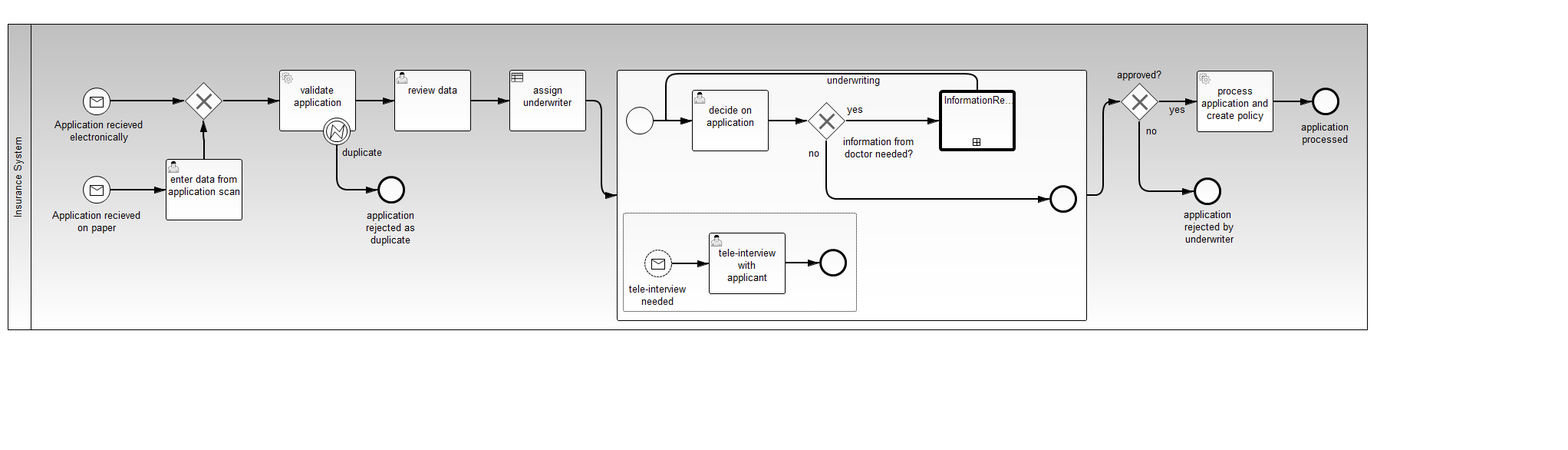
Above: one-time-examples/2015-01-webinars/webinar-cmmn/src/main/resources/alternatives/underwriting-fully-bpmn.png in camunda-consulting/camunda-7-code-examples (BPMN), before the change. Its source is kept beside it as one-time-examples/2015-01-webinars/webinar-cmmn/src/main/resources/alternatives/underwriting-fully-bpmn.bpmn. Ids are renumbered.
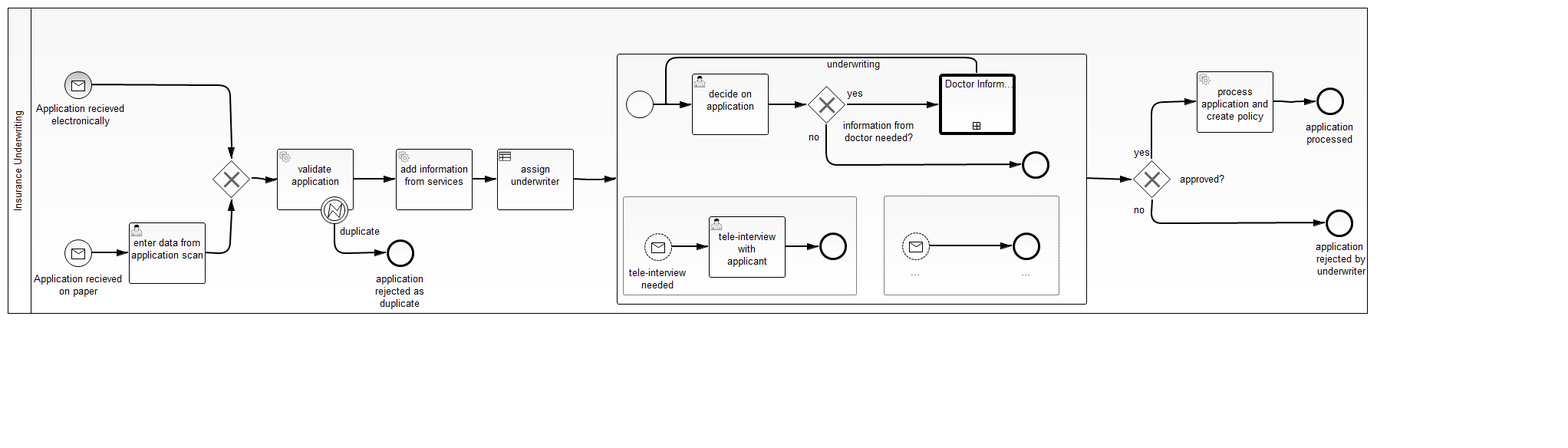
Later version of the same file.

What changed in the source:
```diff
@@ -33,10 +33,10 @@
       <bpmn2:incoming>SequenceFlow_6</bpmn2:incoming>
     </bpmn2:endEvent>
     <bpmn2:sequenceFlow id="SequenceFlow_6" name="" sourceRef="BoundaryEvent_1" targetRef="EndDuplicate"/>
-    <bpmn2:userTask id="reviewData" name="review data">
+    <bpmn2:serviceTask id="reviewData" name="add information from services">
       <bpmn2:incoming>SequenceFlow_7</bpmn2:incoming>
       <bpmn2:outgoing>SequenceFlow_8</bpmn2:outgoing>
-    </bpmn2:userTask>
+    </bpmn2:serviceTask>
     <bpmn2:sequenceFlow id="SequenceFlow_7" sourceRef="checkDuplicates" targetRef="reviewData"/>
     <bpmn2:businessRuleTask id="assignUnderwriter" camunda:class="org.camunda.showcase.underwritingBPMN_CMMN.LoggerDelegate" name="assign underwriter">
       <bpmn2:incoming>SequenceFlow_8</bpmn2:incoming>
@@ -86,9 +86,6 @@
         <bpmn2:outgoing>SequenceFlow_13</bpmn2:outgoing>
       </bpmn2:startEvent>
       <bpmn2:sequenceFlow id="SequenceFlow_13" name="" sourceRef="StartEvent_1" targetRef="UserTask_1"/>
-      <bpmn2:endEvent id="EndEvent_4">
-        <bpmn2:incoming>SequenceFlow_21</bpmn2:incoming>
-      </bpmn2:endEvent>
       <bpmn2:userTask id="UserTask_1" name="decide on application">
         <bpmn2:incoming>SequenceFlow_13</bpmn2:incoming>
         <bpmn2:incoming>SequenceFlow_19</bpmn2:incoming>
@@ -102,11 +99,24 @@
       </bpmn2:exclusiveGateway>
       <bpmn2:sequenceFlow id="SequenceFlow_18" name="yes" sourceRef="ExclusiveGateway_3" targetRef="CallActivity_1"/>
       <bpmn2:sequenceFlow id="SequenceFlow_21" name="no" sourceRef="ExclusiveGateway_3" targetRef="EndEvent_4"/>
-      <bpmn2:callActivity id="CallActivity_1" name="InformationRequest">
+      <bpmn2:callActivity id="CallActivity_1" name="Doctor Information Request">
         <bpmn2:incoming>SequenceFlow_18</bpmn2:incoming>
         <bpmn2:outgoing>SequenceFlow_19</bpmn2:outgoing>
       </bpmn2:callActivity>
       <bpmn2:sequenceFlow id="SequenceFlow_19" name="" sourceRef="CallActivity_1" targetRef="UserTask_1"/>
+      <bpmn2:subProcess id="SubProcess_3" triggeredByEvent="true">
+        <bpmn2:startEvent id="StartEvent_2" name="..." isInterrupting="false">
+          <bpmn2:outgoing>SequenceFlow_10</bpmn2:outgoing>
+          <bpmn2:messageEventDefinition id="_MessageEventDefinition_5"/>
+        </bpmn2:startEvent>
+        <bpmn2:sequenceFlow id="SequenceFlow_10" name="" sourceRef="StartEvent_2" targetRef="EndEvent_5"/>
+        <bpmn2:endEvent id="EndEvent_5" name="...">
+          <bpmn2:incoming>SequenceFlow_10</bpmn2:incoming>
+        </bpmn2:endEvent>
+      </bpmn2:subProcess>
+      <bpmn2:endEvent id="EndEvent_4">
+        <bpmn2:incoming>SequenceFlow_21</bpmn2:incoming>
+      </bpmn2:endEvent>
     </bpmn2:subProcess>
     <bpmn2:sequenceFlow id="SequenceFlow_22" name="" sourceRef="assignUnderwriter" targetRef="SubProcess_1"/>
     <bpmn2:sequenceFlow id="SequenceFlow_23" name="" sourceRef="SubProcess_1" targetRef="ExclusiveGateway_2"/>
@@ -120,141 +130,145 @@
         <dc:Bounds height="399.0" width="1773.0" x="10.0" y="10.0"/>
       </bpmndi:BPMNShape>
       <bpmndi:BPMNShape id="BPMNShape_StartEvent_1" bpmnElement="StartElectronically">
-        <dc:Bounds height="36.0" width="36.0" x="108.0" y="93.0"/>
+        <dc:Bounds height="36.0" width="36.0" x="84.0" y="93.0"/>
         <bpmndi:BPMNLabel>
-          <dc:Bounds height="38.0" width="131.0" x="64.0" y="131.0"/>
+          <dc:Bounds height="38.0" width="131.0" x="40.0" y="131.0"/>
         </bpmndi:BPMNLabel>
       </bpmndi:BPMNShape>
       <bpmndi:BPMNShape id="BPMNShape_EndEvent_1" bpmnElement="EndEvent_1">
-        <dc:Bounds height="36.0" width="36.0" x="1556.0" y="210.0"/>
+        <dc:Bounds height="36.0" width="36.0" x="1728.0" y="273.0"/>
         <bpmndi:BPMNLabel>
-          <dc:Bounds height="54.0" width="82.0" x="1536.0" y="248.0"/>
+          <dc:Bounds height="54.0" width="82.0" x="1708.0" y="311.0"/>
         </bpmndi:BPMNLabel>
       </bpmndi:BPMNShape>
       <bpmndi:BPMNShape id="_BPMNShape_ExclusiveGateway_2" bpmnElement="ExclusiveGateway_1" isMarkerVisible="true">
-        <dc:Bounds height="50.0" width="50.0" x="240.0" y="85.0"/>
+        <dc:Bounds height="50.0" width="50.0" x="276.0" y="208.0"/>
         <bpmndi:BPMNLabel>
-          <dc:Bounds height="0.0" width="0.0" x="265.0" y="140.0"/>
+          <dc:Bounds height="0.0" width="0.0" x="301.0" y="263.0"/>
         </bpmndi:BPMNLabel>
       </bpmndi:BPMNShape>
       <bpmndi:BPMNEdge id="BPMNEdge_SequenceFlow_2" bpmnElement="SequenceFlow_2" sourceElement="BPMNShape_StartEvent_1" targetElement="_BPMNShape_ExclusiveGateway_2">
-        <di:waypoint xsi:type="dc:Point" x="144.0" y="111.0"/>
-        <di:waypoint xsi:type="dc:Point" x="240.0" y="110.0"/>
+        <di:waypoint xsi:type="dc:Point" x="120.0" y="111.0"/>
+        <di:waypoint xsi:type="dc:Point" x="300.0" y="111.0"/>
+        <di:waypoint xsi:type="dc:Point" x="301.0" y="208.0"/>
         <bpmndi:BPMNLabel>
-          <dc:Bounds height="6.0" width="6.0" x="166.0" y="111.0"/>
+          <dc:Bounds height="6.0" width="6.0" x="142.0" y="111.0"/>
         </bpmndi:BPMNLabel>
       </bpmndi:BPMNEdge>
       <bpmndi:BPMNShape id="_BPMNShape_StartEvent_2" bpmnElement="StartPaper">
-        <dc:Bounds height="36.0" width="36.0" x="108.0" y="208.0"/>
+        <dc:Bounds height="36.0" width="36.0" x="84.0" y="312.0"/>
         <bpmndi:BPMNLabel>
-          <dc:Bounds height="38.0" width="131.0" x="61.0" y="249.0"/>
+          <dc:Bounds height="38.0" width="131.0" x="37.0" y="353.0"/>
         </bpmndi:BPMNLabel>
       </bpmndi:BPMNShape>
       <bpmndi:BPMNShape id="_BPMNShape_ServiceTask_2" bpmnElement="checkDuplicates">
-        <dc:Bounds height="80.0" width="100.0" x="364.0" y="70.0"/>
+        <dc:Bounds height="80.0" width="100.0" x="361.0" y="194.0"/>
       </bpmndi:BPMNShape>
       <bpmndi:BPMNEdge id="BPMNEdge_SequenceFlow_5" bpmnElement="SequenceFlow_5" sourceElement="_BPMNShape_ExclusiveGateway_2" targetElement="_BPMNShape_ServiceTask_2">
-        <di:waypoint xsi:type="dc:Point" x="290.0" y="110.0"/>
-        <di:waypoint xsi:type="dc:Point" x="364.0" y="110.0"/>
+        <di:waypoint xsi:type="dc:Point" x="326.0" y="233.0"/>
+        <di:waypoint xsi:type="dc:Point" x="343.0" y="233.0"/>
+        <di:waypoint xsi:type="dc:Point" x="343.0" y="234.0"/>
+        <di:waypoint xsi:type="dc:Point" x="361.0" y="234.0"/>
         <bpmndi:BPMNLabel>
-          <dc:Bounds height="0.0" width="0.0" x="315.0" y="110.0"/>
+          <dc:Bounds height="0.0" width="0.0" x="346.0" y="234.0"/>
         </bpmndi:BPMNLabel>
       </bpmndi:BPMNEdge>
       <bpmndi:BPMNShape id="_BPMNShape_BoundaryEvent_2" bpmnElement="BoundaryEvent_1">
-        <dc:Bounds height="36.0" width="36.0" x="421.0" y="132.0"/>
+        <dc:Bounds height="36.0" width="36.0" x="418.0" y="256.0"/>
         <bpmndi:BPMNLabel>
-          <dc:Bounds height="22.0" width="58.0" x="444.0" y="167.0"/>
+          <dc:Bounds height="22.0" width="58.0" x="441.0" y="291.0"/>
         </bpmndi:BPMNLabel>
       </bpmndi:BPMNShape>
       <bpmndi:BPMNShape id="_BPMNShape_EndEvent_2" bpmnElement="EndDuplicate">
-        <dc:Bounds height="36.0" width="36.0" x="492.0" y="208.0"/>
+        <dc:Bounds height="36.0" width="36.0" x="504.0" y="312.0"/>
         <bpmndi:BPMNLabel>
-          <dc:Bounds height="54.0" width="80.0" x="470.0" y="249.0"/>
+          <dc:Bounds height="54.0" width="80.0" x="482.0" y="353.0"/>
         </bpmndi:BPMNLabel>
       </bpmndi:BPMNShape>
       <bpmndi:BPMNEdge id="BPMNEdge_SequenceFlow_6" bpmnElement="SequenceFlow_6" sourceElement="_BPMNShape_BoundaryEvent_2" targetElement="_BPMNShape_EndEvent_2">
-        <di:waypoint xsi:type="dc:Point" x="439.0" y="168.0"/>
-        <di:waypoint xsi:type="dc:Point" x="439.0" y="226.0"/>
-        <di:waypoint xsi:type="dc:Point" x="492.0" y="226.0"/>
+        <di:waypoint xsi:type="dc:Point" x="436.0" y="292.0"/>
+        <di:waypoint xsi:type="dc:Point" x="436.0" y="330.0"/>
+        <di:waypoint xsi:type="dc:Point" x="504.0" y="330.0"/>
         <bpmndi:BPMNLabel>
-          <dc:Bounds height="6.0" width="6.0" x="451.0" y="226.0"/>
+          <dc:Bounds height="6.0" width="6.0" x="468.0" y="330.0"/>
         </bpmndi:BPMNLabel>
       </bpmndi:BPMNEdge>
       <bpmndi:BPMNShape id="_BPMNShape_UserTask_2" bpmnElement="reviewData">
-        <dc:Bounds height="80.0" width="100.0" x="514.0" y="70.0"/>
+        <dc:Bounds height="80.0" width="100.0" x="516.0" y="194.0"/>
       </bpmndi:BPMNShape>
       <bpmndi:BPMNEdge id="BPMNEdge_SequenceFlow_7" bpmnElement="SequenceFlow_7" sourceElement="_BPMNShape_ServiceTask_2" targetElement="_BPMNShape_UserTask_2">
-        <di:waypoint xsi:type="dc:Point" x="464.0" y="110.0"/>
-        <di:waypoint xsi:type="dc:Point" x="514.0" y="110.0"/>
+        <di:waypoint xsi:type="dc:Point" x="461.0" y="234.0"/>
+        <di:waypoint xsi:type="dc:Point" x="516.0" y="234.0"/>
         <bpmndi:BPMNLabel>
-          <dc:Bounds height="0.0" width="0.0" x="489.0" y="110.0"/>
+          <dc:Bounds height="0.0" width="0.0" x="486.0" y="234.0"/>
         </bpmndi:BPMNLabel>
       </bpmndi:BPMNEdge>
       <bpmndi:BPMNShape id="_BPMNShape_BusinessRuleTask_2" bpmnElement="assignUnderwriter">
-        <dc:Bounds height="80.0" width="100.0" x="664.0" y="70.0"/>
+        <dc:Bounds height="80.0" width="100.0" x="648.0" y="194.0"/>
       </bpmndi:BPMNShape>
       <bpmndi:BPMNEdge id="BPMNEdge_SequenceFlow_8" bpmnElement="SequenceFlow_8" sourceElement="_BPMNShape_UserTask_2" targetElement="_BPMNShape_BusinessRuleTask_2">
-        <di:waypoint xsi:type="dc:Point" x="614.0" y="110.0"/>
-        <di:waypoint xsi:type="dc:Point" x="664.0" y="110.0"/>
+        <di:waypoint xsi:type="dc:Point" x="616.0" y="234.0"/>
+        <di:waypoint xsi:type="dc:Point" x="648.0" y="234.0"/>
         <bpmndi:BPMNLabel>
-          <dc:Bounds height="6.0" width="6.0" x="636.0" y="110.0"/>
+          <dc:Bounds height="6.0" width="6.0" x="629.0" y="234.0"/>
         </bpmndi:BPMNLabel>
       </bpmndi:BPMNEdge>
       <bpmndi:BPMNShape id="_BPMNShape_UserTask_3" bpmnElement="enterApplicationData">
-        <dc:Bounds height="80.0" width="100.0" x="216.0" y="186.0"/>
+        <dc:Bounds height="80.0" width="100.0" x="168.0" y="290.0"/>
       </bpmndi:BPMNShape>
       <bpmndi:BPMNEdge id="BPMNEdge_SequenceFlow_11" bpmnElement="SequenceFlow_11" sourceElement="_BPMNShape_StartEvent_2" targetElement="_BPMNShape_UserTask_3">
-        <di:waypoint xsi:type="dc:Point" x="144.0" y="226.0"/>
-        <di:waypoint xsi:type="dc:Point" x="216.0" y="226.0"/>
+        <di:waypoint xsi:type="dc:Point" x="120.0" y="330.0"/>
+        <di:waypoint xsi:type="dc:Point" x="168.0" y="330.0"/>
         <bpmndi:BPMNLabel>
-          <dc:Bounds height="6.0" width="6.0" x="166.0" y="226.0"/>
+          <dc:Bounds height="6.0" width="6.0" x="142.0" y="330.0"/>
         </bpmndi:BPMNLabel>
       </bpmndi:BPMNEdge>
       <bpmndi:BPMNEdge id="BPMNEdge_SequenceFlow_12" bpmnElement="SequenceFlow_12" sourceElement="_BPMNShape_UserTask_3" targetElement="_BPMNShape_ExclusiveGateway_2">
-        <di:waypoint xsi:type="dc:Point" x="266.0" y="186.0"/>
-        <di:waypoint xsi:type="dc:Point" x="266.0" y="161.0"/>
-        <di:waypoint xsi:type="dc:Point" x="265.0" y="161.0"/>
-        <di:waypoint xsi:type="dc:Point" x="265.0" y="135.0"/>
+        <di:waypoint xsi:type="dc:Point" x="268.0" y="330.0"/>
+        <di:waypoint xsi:type="dc:Point" x="300.0" y="330.0"/>
+        <di:waypoint xsi:type="dc:Point" x="301.0" y="258.0"/>
         <bpmndi:BPMNLabel>
-          <dc:Bounds height="6.0" width="6.0" x="262.0" y="151.0"/>
+          <dc:Bounds height="6.0" width="6.0" x="297.0" y="326.0"/>
         </bpmndi:BPMNLabel>
       </bpmndi:BPMNEdge>
       <bpmndi:BPMNShape id="_BPMNShape_ExclusiveGateway_3" bpmnElement="ExclusiveGateway_2" isMarkerVisible="true">
-        <dc:Bounds height="50.0" width="50.0" x="1460.0" y="86.0"/>
+        <dc:Bounds height="50.0" width="50.0" x="1476.0" y="208.0"/>
         <bpmndi:BPMNLabel>
-          <dc:Bounds height="22.0" width="64.0" x="1454.0" y="66.0"/>
+          <dc:Bounds height="22.0" width="64.0" x="1536.0" y="223.0"/>
         </bpmndi:BPMNLabel>
       </bpmndi:BPMNShape>
       <bpmndi:BPMNEdge id="BPMNEdge_SequenceFlow_1" bpmnElement="SequenceFlow_1" sourceElement="_BPMNShape_ExclusiveGateway_3" targetElement="BPMNShape_EndEvent_1">
-        <di:waypoint xsi:type="dc:Point" x="1485.0" y="136.0"/>
-        <di:waypoint xsi:type="dc:Point" x="1485.0" y="228.0"/>
-        <di:waypoint xsi:type="dc:Point" x="1533.0" y="228.0"/>
-        <di:waypoint xsi:type="dc:Point" x="1556.0" y="228.0"/>
+        <di:waypoint xsi:type="dc:Point" x="1501.0" y="258.0"/>
+        <di:waypoint xsi:type="dc:Point" x="1500.0" y="291.0"/>
+        <di:waypoint xsi:type="dc:Point" x="1728.0" y="291.0"/>
         <bpmndi:BPMNLabel>
-          <dc:Bounds height="22.0" width="20.0" x="1492.0" y="139.0"/>
+          <dc:Bounds height="22.0" width="20.0" x="1476.0" y="263.0"/>
         </bpmndi:BPMNLabel>
       </bpmndi:BPMNEdge>
       <bpmndi:BPMNShape id="_BPMNShape_ServiceTask_4" bpmnElement="ServiceTask_1">
-        <dc:Bounds height="80.0" width="100.0" x="1560.0" y="71.0"/>
+        <dc:Bounds height="80.0" width="100.0" x="1560.0" y="93.0"/>
       </bpmndi:BPMNShape>
       <bpmndi:BPMNEdge id="BPMNEdge_SequenceFlow_3" bpmnElement="SequenceFlow_3" sourceElement="_BPMNShape_ExclusiveGateway_3" targetElement="_BPMNShape_ServiceTask_4">
-        <di:waypoint xsi:type="dc:Point" x="1510.0" y="111.0"/>
-        <di:waypoint xsi:type="dc:Point" x="1560.0" y="111.0"/>
+        <di:waypoint xsi:type="dc:Point" x="1501.0" y="208.0"/>
+        <di:waypoint xsi:type="dc:Point" x="1501.0" y="133.0"/>
+        <di:waypoint xsi:type="dc:Point" x="1560.0" y="133.0"/>
         <bpmndi:BPMNLabel>
-          <dc:Bounds height="22.0" width="27.0" x="1522.0" y="111.0"/>
+          <dc:Bounds height="22.0" width="27.0" x="1476.0" y="188.0"/>
         </bpmndi:BPMNLabel>
       </bpmndi:BPMNEdge>
       <bpmndi:BPMNShape id="_BPMNShape_EndEvent_4" bpmnElement="EndEvent_2">
-        <dc:Bounds height="36.0" width="36.0" x="1710.0" y="93.0"/>
+        <dc:Bounds height="36.0" width="36.0" x="1716.0" y="114.0"/>
         <bpmndi:BPMNLabel>
-          <dc:Bounds height="38.0" width="78.0" x="1689.0" y="134.0"/>
+          <dc:Bounds height="38.0" width="78.0" x="1695.0" y="155.0"/>
         </bpmndi:BPMNLabel>
       </bpmndi:BPMNShape>
       <bpmndi:BPMNEdge id="BPMNEdge_SequenceFlow_4" bpmnElement="SequenceFlow_4" sourceElement="_BPMNShape_ServiceTask_4" targetElement="_BPMNShape_EndEvent_4">
-        <di:waypoint xsi:type="dc:Point" x="1660.0" y="111.0"/>
-        <di:waypoint xsi:type="dc:Point" x="1710.0" y="111.0"/>
+        <di:waypoint xsi:type="dc:Point" x="1660.0" y="133.0"/>
+        <di:waypoint xsi:type="dc:Point" x="1685.0" y="133.0"/>
+        <di:waypoint xsi:type="dc:Point" x="1685.0" y="132.0"/>
+        <di:waypoint xsi:type="dc:Point" x="1716.0" y="132.0"/>
         <bpmndi:BPMNLabel>
-          <dc:Bounds height="6.0" width="6.0" x="1882.0" y="111.0"/>
+          <dc:Bounds height="6.0" width="6.0" x="1692.0" y="132.0"/>
         </bpmndi:BPMNLabel>
       </bpmndi:BPMNEdge>
       <bpmndi:BPMNShape id="_BPMNShape_SubProcess_2" bpmnElement="SubProcess_1" isExpanded="true">
@@ -343,31 +357,56 @@
         </bpmndi:BPMNLabel>
       </bpmndi:BPMNEdge>
       <bpmndi:BPMNShape id="_BPMNShape_EndEvent_6" bpmnElement="EndEvent_4">
-        <dc:Bounds height="36.0" width="36.0" x="1368.0" y="220.0"/>
+        <dc:Bounds height="36.0" width="36.0" x="1332.0" y="197.0"/>
         <bpmndi:BPMNLabel>
-          <dc:Bounds height="0.0" width="0.0" x="1386.0" y="261.0"/>
+          <dc:Bounds height="0.0" width="0.0" x="1350.0" y="238.0"/>
         </bpmndi:BPMNLabel>
       </bpmndi:BPMNShape>
       <bpmndi:BPMNEdge id="BPMNEdge_SequenceFlow_21" bpmnElement="SequenceFlow_21" sourceElement="_BPMNShape_ExclusiveGateway_4" targetElement="_BPMNShape_EndEvent_6">
         <di:waypoint xsi:type="dc:Point" x="1077.0" y="161.0"/>
-        <di:waypoint xsi:type="dc:Point" x="1077.0" y="238.0"/>
-        <di:waypoint xsi:type="dc:Point" x="1235.0" y="238.0"/>
-        <di:waypoint xsi:type="dc:Point" x="1368.0" y="238.0"/>
+        <di:waypoint xsi:type="dc:Point" x="1077.0" y="215.0"/>
+        <di:waypoint xsi:type="dc:Point" x="1332.0" y="215.0"/>
         <bpmndi:BPMNLabel>
           <dc:Bounds height="22.0" width="20.0" x="1052.0" y="168.0"/>
         </bpmndi:BPMNLabel>
       </bpmndi:BPMNEdge>
       <bpmndi:BPMNEdge id="BPMNEdge_SequenceFlow_22" bpmnElement="SequenceFlow_22" sourceElement="_BPMNShape_BusinessRuleTask_2" targetElement="_BPMNShape_SubProcess_2">
-        <di:waypoint xsi:type="dc:Point" x="764.0" y="110.0"/>
-        <di:waypoint xsi:type="dc:Point" x="784.0" y="110.0"/>
+        <di:waypoint xsi:type="dc:Point" x="748.0" y="234.0"/>
+        <di:waypoint xsi:type="dc:Point" x="784.0" y="234.0"/>
         <di:waypoint xsi:type="dc:Point" x="784.0" y="233.0"/>
         <di:waypoint xsi:type="dc:Point" x="804.0" y="233.0"/>
+        <bpmndi:BPMNLabel>
+          <dc:Bounds height="6.0" width="6.0" x="771.0" y="234.0"/>
+        </bpmndi:BPMNLabel>
       </bpmndi:BPMNEdge>
       <bpmndi:BPMNEdge id="BPMNEdge_SequenceFlow_23" bpmnElement="SequenceFlow_23" sourceElement="_BPMNShape_SubProcess_2" targetElement="_BPMNShape_ExclusiveGateway_3">
         <di:waypoint xsi:type="dc:Point" x="1416.0" y="233.0"/>
-        <di:waypoint xsi:type="dc:Point" x="1438.0" y="233.0"/>
-        <di:waypoint xsi:type="dc:Point" x="1438.0" y="111.0"/>
-        <di:waypoint xsi:type="dc:Point" x="1460.0" y="111.0"/>
+        <di:waypoint xsi:type="dc:Point" x="1476.0" y="233.0"/>
+        <bpmndi:BPMNLabel>
+          <dc:Bounds height="6.0" width="6.0" x="1447.0" y="233.0"/>
+        </bpmndi:BPMNLabel>
+      </bpmndi:BPMNEdge>
+      <bpmndi:BPMNShape id="_BPMNShape_SubProcess_4" bpmnElement="SubProcess_3" isExpanded="true">
+        <dc:Bounds height="130.0" width="229.0" x="1152.0" y="255.0"/>
+      </bpmndi:BPMNShape>
+      <bpmndi:BPMNShape id="_BPMNShape_StartEvent_7" bpmnElement="StartEvent_2">
+        <dc:Bounds height="36.0" width="36.0" x="1176.0" y="303.0"/>
+        <bpmndi:BPMNLabel>
+          <dc:Bounds height="0.0" width="0.0" x="1194.0" y="344.0"/>
+        </bpmndi:BPMNLabel>
+      </bpmndi:BPMNShape>
+      <bpmndi:BPMNShape id="_BPMNShape_EndEvent_7" bpmnElement="EndEvent_5">
+        <dc:Bounds height="36.0" width="36.0" x="1320.0" y="303.0"/>
+        <bpmndi:BPMNLabel>
+          <dc:Bounds height="0.0" width="0.0" x="1338.0" y="344.0"/>
+        </bpmndi:BPMNLabel>
+      </bpmndi:BPMNShape>
+      <bpmndi:BPMNEdge id="BPMNEdge_SequenceFlow_10" bpmnElement="SequenceFlow_10" sourceElement="_BPMNShape_StartEvent_7" targetElement="_BPMNShape_EndEvent_7">
+        <di:waypoint xsi:type="dc:Point" x="1212.0" y="321.0"/>
+        <di:waypoint xsi:type="dc:Point" x="1320.0" y="321.0"/>
+        <bpmndi:BPMNLabel>
+          <dc:Bounds height="6.0" width="6.0" x="1234.0" y="321.0"/>
+        </bpmndi:BPMNLabel>
       </bpmndi:BPMNEdge>
     </bpmndi:BPMNPlane>
   </bpmndi:BPMNDiagram>
```
